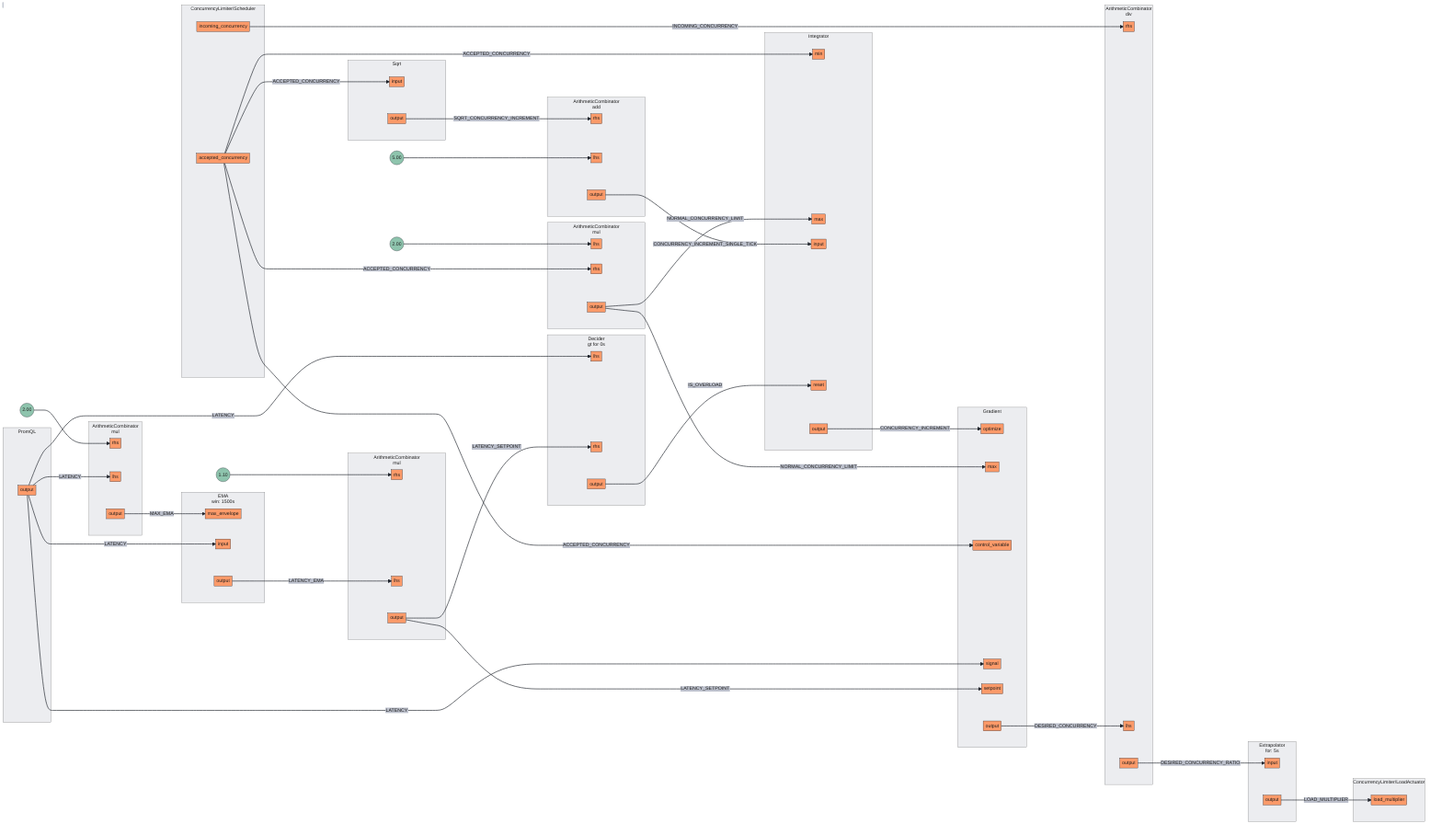
Above: docs/content/tutorials/integrations/flow-control/concurrency-limiting/assets/workload-prioritization/workload-prioritization.mmd.png in dataongunlaws/aperture (Mermaid), before the change. Its source is kept beside it as docs/content/tutorials/integrations/flow-control/concurrency-limiting/assets/workload-prioritization/workload-prioritization.mmd.
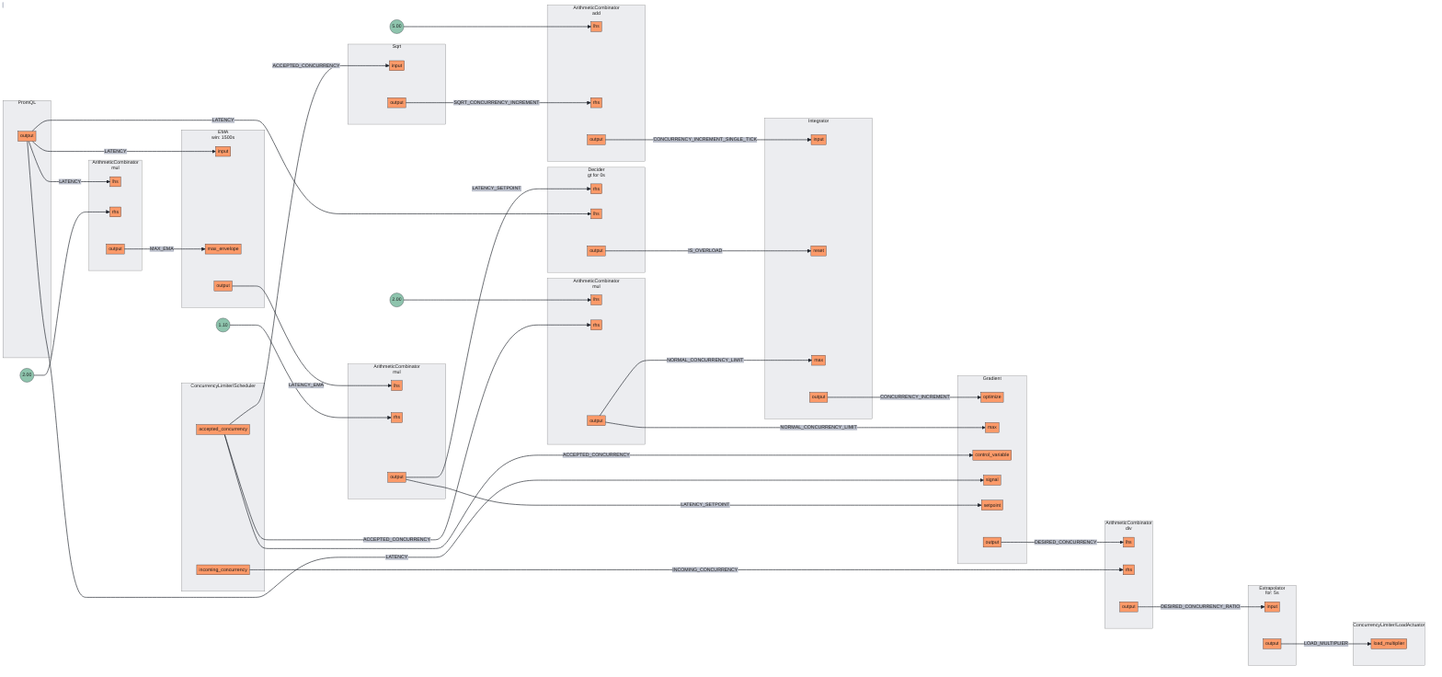
Above is the later version.

Diff of the diagram source:
```diff
@@ -2,8 +2,8 @@
 subgraph 0[<center>ArithmeticCombinator<br/>mul</center>]
 subgraph 0_inports[ ]
 style 0_inports fill:none,stroke:none
+0lhs[lhs]
 0rhs[rhs]
-0lhs[lhs]
 end
 subgraph 0_outports[ ]
 style 0_outports fill:none,stroke:none
@@ -15,8 +15,8 @@
 subgraph 1[<center>ArithmeticCombinator<br/>mul</center>]
 subgraph 1_inports[ ]
 style 1_inports fill:none,stroke:none
+1lhs[lhs]
 1rhs[rhs]
-1lhs[lhs]
 end
 subgraph 1_outports[ ]
 style 1_outports fill:none,stroke:none
@@ -28,8 +28,8 @@
 subgraph 2[<center>ArithmeticCombinator<br/>div</center>]
 subgraph 2_inports[ ]
 style 2_inports fill:none,stroke:none
+2lhs[lhs]
 2rhs[rhs]
-2lhs[lhs]
 end
 subgraph 2_outports[ ]
 style 2_outports fill:none,stroke:none
@@ -52,8 +52,8 @@
 subgraph 4[<center>ArithmeticCombinator<br/>add</center>]
 subgraph 4_inports[ ]
 style 4_inports fill:none,stroke:none
+4lhs[lhs]
 4rhs[rhs]
-4lhs[lhs]
 end
 subgraph 4_outports[ ]
 style 4_outports fill:none,stroke:none
@@ -65,10 +65,9 @@
 subgraph 5[Integrator]
 subgraph 5_inports[ ]
 style 5_inports fill:none,stroke:none
-5min[min]
-5max[max]
 5input[input]
 5reset[reset]
+5max[max]
 end
 subgraph 5_outports[ ]
 style 5_outports fill:none,stroke:none
@@ -94,8 +93,8 @@
 subgraph 8[<center>EMA<br/>win: 1500s</center>]
 subgraph 8_inports[ ]
 style 8_inports fill:none,stroke:none
+8input[input]
 8max_envelope[max_envelope]
-8input[input]
 end
 subgraph 8_outports[ ]
 style 8_outports fill:none,stroke:none
@@ -129,8 +128,8 @@
 subgraph 11.Scheduler[ConcurrencyLimiter/Scheduler]
 subgraph 11.Scheduler_outports[ ]
 style 11.Scheduler_outports fill:none,stroke:none
+11.Scheduleraccepted_concurrency[accepted_concurrency]
 11.Schedulerincoming_concurrency[incoming_concurrency]
-11.Scheduleraccepted_concurrency[accepted_concurrency]
 end
 end
 subgraph 11.LoadActuator[ConcurrencyLimiter/LoadActuator]
@@ -142,33 +141,32 @@
 subgraph 12[<center>Decider<br/>gt for 0s</center>]
 subgraph 12_inports[ ]
 style 12_inports fill:none,stroke:none
+12rhs[rhs]
 12lhs[lhs]
-12rhs[rhs]
 end
 subgraph 12_outports[ ]
 style 12_outports fill:none,stroke:none
 12output[output]
 end
 end
-0output --> |MAX_EMA| 8max_envelope
+5output --> |CONCURRENCY_INCREMENT| 9optimize
+10output --> |LOAD_MULTIPLIER| 11.LoadActuatorload_multiplier
+12output --> |IS_OVERLOAD| 5reset
 4output --> |CONCURRENCY_INCREMENT_SINGLE_TICK| 5input
-12output --> |IS_OVERLOAD| 5reset
-5output --> |CONCURRENCY_INCREMENT| 9optimize
-6output --> |SQRT_CONCURRENCY_INCREMENT| 4rhs
-8output --> |LATENCY_EMA| 1lhs
-11.Schedulerincoming_concurrency --> |INCOMING_CONCURRENCY| 2rhs
-11.Scheduleraccepted_concurrency --> |ACCEPTED_CONCURRENCY| 3rhs
-11.Scheduleraccepted_concurrency --> |ACCEPTED_CONCURRENCY| 5min
-11.Scheduleraccepted_concurrency --> |ACCEPTED_CONCURRENCY| 6input
-11.Scheduleraccepted_concurrency --> |ACCEPTED_CONCURRENCY| 9control_variable
-1output --> |LATENCY_SETPOINT| 9setpoint
-1output --> |LATENCY_SETPOINT| 12rhs
-2output --> |DESIRED_CONCURRENCY_RATIO| 10input
-3output --> |NORMAL_CONCURRENCY_LIMIT| 5max
-3output --> |NORMAL_CONCURRENCY_LIMIT| 9max
 7output --> |LATENCY| 0lhs
 7output --> |LATENCY| 8input
 7output --> |LATENCY| 9signal
 7output --> |LATENCY| 12lhs
+11.Scheduleraccepted_concurrency --> |ACCEPTED_CONCURRENCY| 3rhs
+11.Scheduleraccepted_concurrency --> |ACCEPTED_CONCURRENCY| 6input
+11.Scheduleraccepted_concurrency --> |ACCEPTED_CONCURRENCY| 9control_variable
+0output --> |MAX_EMA| 8max_envelope
+1output --> |LATENCY_SETPOINT| 9setpoint
+1output --> |LATENCY_SETPOINT| 12rhs
+2output --> |DESIRED_CONCURRENCY_RATIO| 10input
+6output --> |SQRT_CONCURRENCY_INCREMENT| 4rhs
+11.Schedulerincoming_concurrency --> |INCOMING_CONCURRENCY| 2rhs
+3output --> |NORMAL_CONCURRENCY_LIMIT| 5max
+3output --> |NORMAL_CONCURRENCY_LIMIT| 9max
+8output --> |LATENCY_EMA| 1lhs
 9output --> |DESIRED_CONCURRENCY| 2lhs
-10output --> |LOAD_MULTIPLIER| 11.LoadActuatorload_multiplier
```
